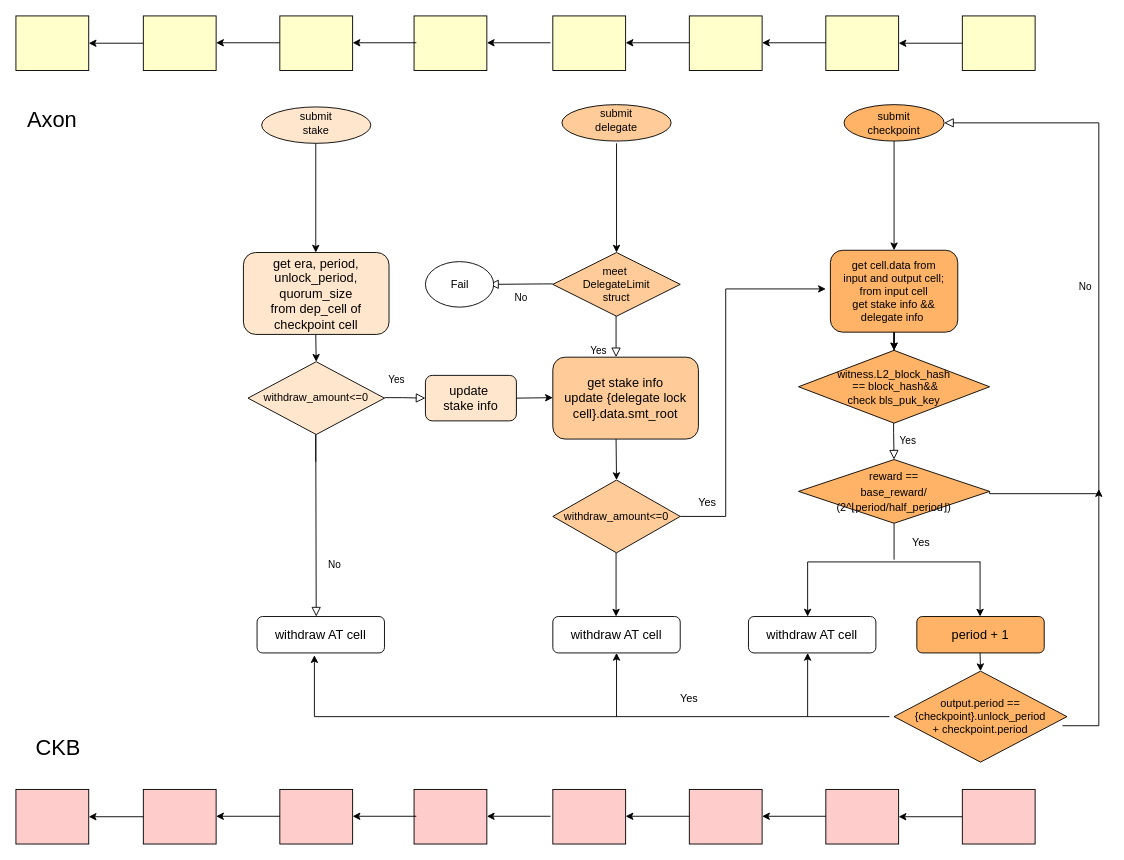
Before: 侧链协议流程图.drawio in hongda3141/learngit, a draw.io diagram. Source tidied: cells renumbered, new cells numbered last; positions are measured from the earlier drawing's top-left corner, leaving out a move shared by most shapes. Both pictures are drawn from the tidied source at 91%, with x=0, y=0 at pixel (15, 15).
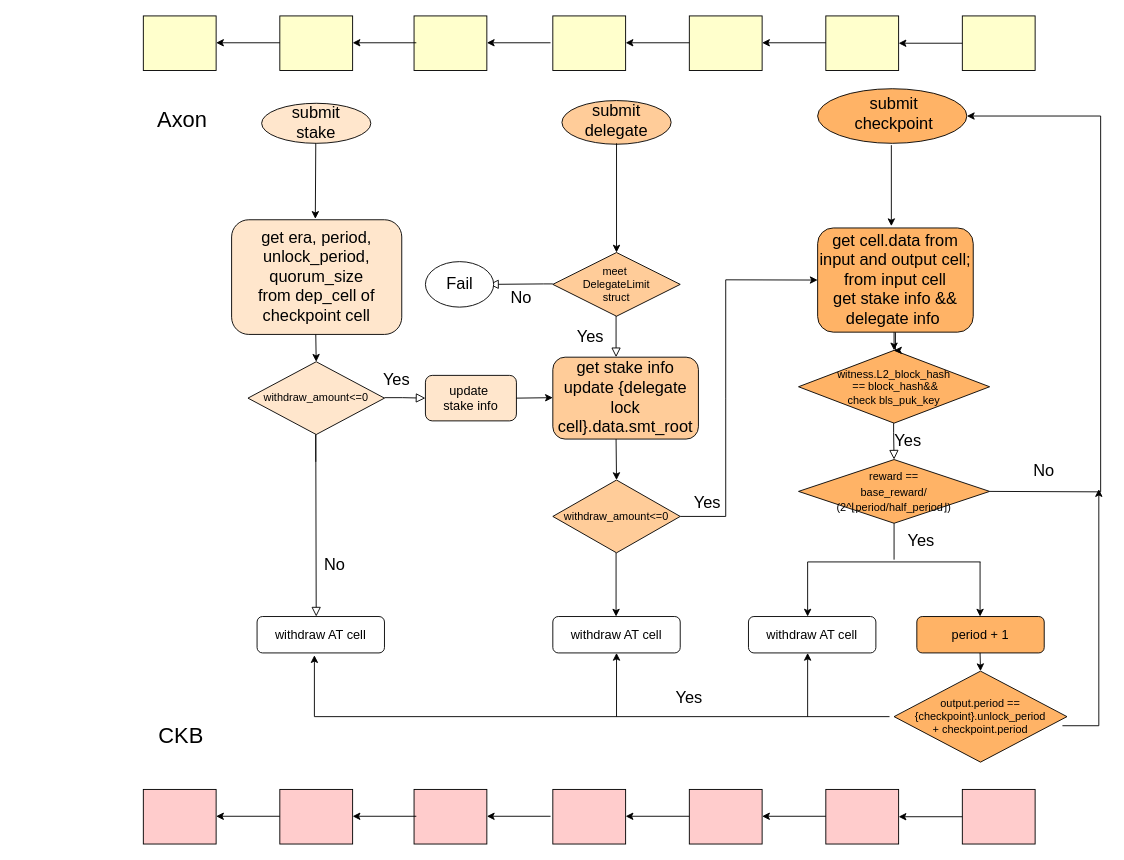
After the change.

Commit message (it also covers changes not shown here):
更新侧链协议流程图.drawio

The change refers to these unchanged cells:
```xml
<mxCell id="6" style="rhombus;whiteSpace=wrap;html=1;fontSize=14;fillColor=#FFB366;" parent="1" vertex="1">
  <mxGeometry x="860" y="487.5" width="210" height="70" as="geometry" />
</mxCell>
<mxCell id="28" value="meet&amp;nbsp;&lt;br&gt;DelegateLimit&lt;br&gt;struct" style="rhombus;whiteSpace=wrap;html=1;rounded=0;fontFamily=Helvetica;fontSize=12;fontColor=default;fillColor=#FFCC99;gradientColor=none;" parent="1" vertex="1">
  <mxGeometry x="590" y="260" width="140" height="70" as="geometry" />
</mxCell>
<mxCell id="36" value="withdraw_amount&amp;lt;=0" style="rhombus;whiteSpace=wrap;html=1;rounded=0;fontFamily=Helvetica;fontSize=12;fontColor=default;fillColor=#FFCC99;gradientColor=none;" parent="1" vertex="1">
  <mxGeometry x="590" y="510" width="140" height="80" as="geometry" />
</mxCell>
```

The edit, as a diff of the source:
```diff
@@
     <mxCell id="2" style="ellipse;whiteSpace=wrap;html=1;fillColor=#FFB366;" parent="1" vertex="1">
-      <mxGeometry x="910" y="97.5" width="110" height="40" as="geometry" />
+      <mxGeometry x="881" y="80" width="164" height="60" as="geometry" />
     </mxCell>
-    <mxCell id="3" value="submit&lt;br&gt;checkpoint" style="text;strokeColor=none;align=center;fillColor=none;html=1;verticalAlign=middle;whiteSpace=wrap;rounded=0;" parent="1" vertex="1">
-      <mxGeometry x="910" y="97.5" width="110" height="40" as="geometry" />
+    <mxCell id="3" value="&lt;font style=&quot;font-size: 18px;&quot;&gt;submit&lt;br&gt;checkpoint&lt;/font&gt;" style="text;strokeColor=none;align=center;fillColor=none;html=1;verticalAlign=middle;whiteSpace=wrap;rounded=0;" parent="1" vertex="1">
+      <mxGeometry x="910" y="80" width="110" height="56" as="geometry" />
     </mxCell>
@@
-    <mxCell id="8" value="Yes" style="edgeStyle=orthogonalEdgeStyle;rounded=0;html=1;jettySize=auto;orthogonalLoop=1;fontSize=11;endArrow=block;endFill=0;endSize=8;strokeWidth=1;shadow=0;labelBackgroundColor=none;" parent="1" edge="1">
+    <mxCell id="8" value="&lt;font style=&quot;font-size: 18px;&quot;&gt;Yes&lt;/font&gt;" style="edgeStyle=orthogonalEdgeStyle;rounded=0;html=1;jettySize=auto;orthogonalLoop=1;fontSize=11;endArrow=block;endFill=0;endSize=8;strokeWidth=1;shadow=0;labelBackgroundColor=none;" parent="1" edge="1">
       <mxGeometry x="0.01" y="15" relative="1" as="geometry">
         <mxPoint x="964.5" y="447.5" as="sourcePoint" />
         <mxPoint x="965" y="487.5" as="targetPoint" />
         <Array as="points">
           <mxPoint x="965" y="457.5" />
           <mxPoint x="965" y="457.5" />
         </Array>
       </mxGeometry>
     </mxCell>
-    <mxCell id="9" value="No" style="rounded=0;html=1;jettySize=auto;fontSize=11;endArrow=block;endFill=0;endSize=8;strokeWidth=1;shadow=0;labelBackgroundColor=none;edgeStyle=orthogonalEdgeStyle;entryX=1;entryY=0.5;entryDx=0;entryDy=0;exitX=1;exitY=0.5;exitDx=0;exitDy=0;" parent="1" edge="1" source="6" target="3">
-      <mxGeometry y="15" relative="1" as="geometry">
-        <Array as="points">
-          <mxPoint x="1070" y="525" />
-          <mxPoint x="1190" y="525" />
-          <mxPoint x="1190" y="118" />
-        </Array>
-      </mxGeometry>
-    </mxCell>
     <mxCell id="10" style="ellipse;whiteSpace=wrap;html=1;rounded=0;fontFamily=Helvetica;fontSize=12;fontColor=default;fillColor=#FFE6CC;gradientColor=none;" parent="1" vertex="1">
-      <mxGeometry x="270" y="100" width="120" height="40" as="geometry" />
+      <mxGeometry x="270" y="96" width="120" height="44" as="geometry" />
     </mxCell>
-    <mxCell id="11" value="submit&lt;br&gt;stake" style="text;strokeColor=none;align=center;fillColor=none;html=1;verticalAlign=middle;whiteSpace=wrap;rounded=0;fontSize=12;fontFamily=Helvetica;fontColor=default;" parent="1" vertex="1">
+    <mxCell id="11" value="&lt;font style=&quot;font-size: 18px;&quot;&gt;submit&lt;br&gt;stake&lt;/font&gt;" style="text;strokeColor=none;align=center;fillColor=none;html=1;verticalAlign=middle;whiteSpace=wrap;rounded=0;fontSize=12;fontFamily=Helvetica;fontColor=default;" parent="1" vertex="1">
       <mxGeometry x="300" y="100" width="60" height="35" as="geometry" />
     </mxCell>
@@
-    <mxCell id="13" value="&lt;font style=&quot;&quot;&gt;&lt;font style=&quot;font-size: 12px;&quot;&gt;get cell.data from&lt;br&gt;input and output cell;&lt;br&gt;&lt;/font&gt;from input cell&lt;br&gt;get stake info &amp;amp;&amp;amp;&lt;br&gt;delegate info&amp;nbsp;&lt;br&gt;&lt;/font&gt;" style="rounded=1;whiteSpace=wrap;html=1;fontSize=12;glass=0;strokeWidth=1;shadow=0;fillColor=#FFB366;" parent="1" vertex="1">
-      <mxGeometry x="895" y="257.5" width="140" height="90" as="geometry" />
+    <mxCell id="13" value="&lt;font style=&quot;&quot;&gt;&lt;font style=&quot;font-size: 18px;&quot;&gt;&lt;font style=&quot;&quot;&gt;get cell.data from&lt;br&gt;input and output cell;&lt;br&gt;&lt;/font&gt;from input cell&lt;br&gt;get stake info &amp;amp;&amp;amp;&lt;br&gt;delegate info&amp;nbsp;&lt;/font&gt;&lt;br&gt;&lt;/font&gt;" style="rounded=1;whiteSpace=wrap;html=1;fontSize=12;glass=0;strokeWidth=1;shadow=0;fillColor=#FFB366;" parent="1" vertex="1">
+      <mxGeometry x="881" y="233" width="171" height="114.5" as="geometry" />
     </mxCell>
-    <mxCell id="14" style="endArrow=classic;html=1;rounded=0;fontSize=12;exitX=0.5;exitY=1;exitDx=0;exitDy=0;" parent="1" edge="1" source="3">
+    <mxCell id="14" style="endArrow=classic;html=1;rounded=0;fontSize=12;" parent="1" edge="1">
       <mxGeometry relative="1" as="geometry">
-        <mxPoint x="965" y="257.5" as="targetPoint" />
+        <mxPoint x="962" y="142" as="sourcePoint" />
+        <mxPoint x="962" y="231" as="targetPoint" />
       </mxGeometry>
     </mxCell>
@@
     <mxCell id="16" style="ellipse;whiteSpace=wrap;html=1;rounded=0;fontFamily=Helvetica;fontSize=12;fontColor=default;fillColor=#FFCC99;gradientColor=none;" parent="1" vertex="1">
-      <mxGeometry x="600" y="97.5" width="120" height="40" as="geometry" />
+      <mxGeometry x="600" y="93" width="120" height="48" as="geometry" />
     </mxCell>
-    <mxCell id="17" value="submit&lt;br&gt;delegate" style="text;strokeColor=none;align=center;fillColor=none;html=1;verticalAlign=middle;whiteSpace=wrap;rounded=0;fontSize=12;fontFamily=Helvetica;fontColor=default;" parent="1" vertex="1">
+    <mxCell id="17" value="&lt;font style=&quot;font-size: 18px;&quot;&gt;submit&lt;br&gt;delegate&lt;/font&gt;" style="text;strokeColor=none;align=center;fillColor=none;html=1;verticalAlign=middle;whiteSpace=wrap;rounded=0;fontSize=12;fontFamily=Helvetica;fontColor=default;" parent="1" vertex="1">
       <mxGeometry x="630" y="97.5" width="60" height="35" as="geometry" />
     </mxCell>
-    <mxCell id="18" value="&lt;font style=&quot;font-size: 14px;&quot;&gt;get&amp;nbsp;era, period, unlock_period,&lt;br&gt;quorum_size&lt;br&gt;from dep_cell of&lt;br&gt;checkpoint cell&lt;br&gt;&lt;/font&gt;" style="rounded=1;whiteSpace=wrap;html=1;fontSize=12;glass=0;strokeWidth=1;shadow=0;fillColor=#FFE6CC;" parent="1" vertex="1">
-      <mxGeometry x="250" y="260" width="160" height="90" as="geometry" />
+    <mxCell id="18" value="&lt;font style=&quot;&quot;&gt;&lt;font style=&quot;font-size: 18px;&quot;&gt;get&amp;nbsp;era, period, unlock_period,&lt;br&gt;quorum_size&lt;br&gt;from dep_cell of&lt;br&gt;checkpoint cell&lt;/font&gt;&lt;br&gt;&lt;/font&gt;" style="rounded=1;whiteSpace=wrap;html=1;fontSize=12;glass=0;strokeWidth=1;shadow=0;fillColor=#FFE6CC;" parent="1" vertex="1">
+      <mxGeometry x="237" y="224" width="187" height="126" as="geometry" />
     </mxCell>
@@
-    <mxCell id="21" value="No" style="rounded=0;html=1;jettySize=auto;orthogonalLoop=1;fontSize=11;endArrow=block;endFill=0;endSize=8;strokeWidth=1;shadow=0;labelBackgroundColor=none;edgeStyle=orthogonalEdgeStyle;" parent="1" edge="1">
+    <mxCell id="21" value="&lt;font style=&quot;font-size: 18px;&quot;&gt;No&lt;/font&gt;" style="rounded=0;html=1;jettySize=auto;orthogonalLoop=1;fontSize=11;endArrow=block;endFill=0;endSize=8;strokeWidth=1;shadow=0;labelBackgroundColor=none;edgeStyle=orthogonalEdgeStyle;" parent="1" edge="1">
       <mxGeometry x="0.5" y="20" relative="1" as="geometry">
         <mxPoint x="329.5" y="490" as="sourcePoint" />
         <mxPoint x="330" y="660" as="targetPoint" />
         <Array as="points">
           <mxPoint x="330" y="460" />
         </Array>
       </mxGeometry>
     </mxCell>
@@
-    <mxCell id="23" value="&lt;font style=&quot;font-size: 14px;&quot;&gt;get stake info&lt;br&gt;update {delegate lock cell}.data.smt_root&lt;br&gt;&lt;/font&gt;" style="rounded=1;whiteSpace=wrap;html=1;fontSize=12;glass=0;strokeWidth=1;shadow=0;fillColor=#FFCC99;" parent="1" vertex="1">
+    <mxCell id="23" value="&lt;font style=&quot;&quot;&gt;&lt;font style=&quot;font-size: 18px;&quot;&gt;get stake info&lt;br&gt;update {delegate lock cell}.data.smt_root&lt;/font&gt;&lt;br&gt;&lt;/font&gt;" style="rounded=1;whiteSpace=wrap;html=1;fontSize=12;glass=0;strokeWidth=1;shadow=0;fillColor=#FFCC99;" parent="1" vertex="1">
       <mxGeometry x="590" y="375" width="160" height="90" as="geometry" />
     </mxCell>
-    <mxCell id="24" value="Yes" style="edgeStyle=orthogonalEdgeStyle;rounded=0;html=1;jettySize=auto;orthogonalLoop=1;fontSize=11;endArrow=block;endFill=0;endSize=8;strokeWidth=1;shadow=0;labelBackgroundColor=none;" parent="1" edge="1">
+    <mxCell id="24" value="&lt;font style=&quot;font-size: 18px;&quot;&gt;Yes&lt;/font&gt;" style="edgeStyle=orthogonalEdgeStyle;rounded=0;html=1;jettySize=auto;orthogonalLoop=1;fontSize=11;endArrow=block;endFill=0;endSize=8;strokeWidth=1;shadow=0;labelBackgroundColor=none;" parent="1" edge="1">
       <mxGeometry x="-0.43" y="20" relative="1" as="geometry">
         <mxPoint x="405" y="419.5" as="sourcePoint" />
         <mxPoint x="450" y="420" as="targetPoint" />
         <Array as="points">
           <mxPoint x="425" y="419.5" />
           <mxPoint x="425" y="419.5" />
         </Array>
       </mxGeometry>
     </mxCell>
@@
-    <mxCell id="27" style="endArrow=classic;html=1;rounded=0;fontSize=12;exitX=1;exitY=0.5;exitDx=0;exitDy=0;" parent="1" edge="1" source="36">
+    <mxCell id="27" style="endArrow=classic;html=1;rounded=0;fontSize=12;exitX=1;exitY=0.5;exitDx=0;exitDy=0;entryX=0;entryY=0.5;entryDx=0;entryDy=0;" parent="1" edge="1" source="36" target="13">
       <mxGeometry relative="1" as="geometry">
-        <mxPoint x="890" y="300" as="targetPoint" />
         <Array as="points">
           <mxPoint x="780" y="550" />
           <mxPoint x="780" y="420" />
-          <mxPoint x="780" y="300" />
+          <mxPoint x="780" y="290" />
         </Array>
       </mxGeometry>
     </mxCell>
@@
-    <mxCell id="30" style="endArrow=classic;html=1;rounded=0;fontFamily=Helvetica;fontSize=12;fontColor=default;entryX=0.5;entryY=0;entryDx=0;entryDy=0;" parent="1" edge="1">
+    <mxCell id="30" style="endArrow=classic;html=1;rounded=0;fontFamily=Helvetica;fontSize=12;fontColor=default;" parent="1" edge="1">
       <mxGeometry relative="1" as="geometry">
         <mxPoint x="329.5" y="140" as="sourcePoint" />
-        <mxPoint x="329.5" y="260" as="targetPoint" />
+        <mxPoint x="329" y="223" as="targetPoint" />
       </mxGeometry>
     </mxCell>
-    <mxCell id="31" value="No" style="rounded=0;html=1;jettySize=auto;orthogonalLoop=1;fontSize=11;endArrow=block;endFill=0;endSize=8;strokeWidth=1;shadow=0;labelBackgroundColor=none;edgeStyle=orthogonalEdgeStyle;" parent="1" edge="1">
+    <mxCell id="31" value="&lt;font style=&quot;font-size: 18px;&quot;&gt;No&lt;/font&gt;" style="rounded=0;html=1;jettySize=auto;orthogonalLoop=1;fontSize=11;endArrow=block;endFill=0;endSize=8;strokeWidth=1;shadow=0;labelBackgroundColor=none;edgeStyle=orthogonalEdgeStyle;" parent="1" edge="1">
       <mxGeometry y="15" relative="1" as="geometry">
         <mxPoint x="590" y="294.5" as="sourcePoint" />
         <mxPoint x="520" y="295" as="targetPoint" />
         <Array as="points">
           <mxPoint x="580" y="294.5" />
           <mxPoint x="580" y="294.5" />
         </Array>
       </mxGeometry>
     </mxCell>
@@
-    <mxCell id="33" value="Fail" style="text;strokeColor=none;align=center;fillColor=none;html=1;verticalAlign=middle;whiteSpace=wrap;rounded=0;fontSize=12;fontFamily=Helvetica;fontColor=default;" parent="1" vertex="1">
+    <mxCell id="33" value="&lt;font style=&quot;font-size: 18px;&quot;&gt;Fail&lt;/font&gt;" style="text;strokeColor=none;align=center;fillColor=none;html=1;verticalAlign=middle;whiteSpace=wrap;rounded=0;fontSize=12;fontFamily=Helvetica;fontColor=default;" parent="1" vertex="1">
       <mxGeometry x="457.5" y="280" width="60" height="30" as="geometry" />
     </mxCell>
-    <mxCell id="34" value="Yes" style="edgeStyle=orthogonalEdgeStyle;rounded=0;html=1;jettySize=auto;fontSize=11;endArrow=block;endFill=0;endSize=8;strokeWidth=1;shadow=0;labelBackgroundColor=none;" parent="1" edge="1" source="28">
-      <mxGeometry x="0.68" y="-20" relative="1" as="geometry">
+    <mxCell id="34" value="&lt;font style=&quot;font-size: 18px;&quot;&gt;Yes&lt;/font&gt;" style="edgeStyle=orthogonalEdgeStyle;rounded=0;html=1;jettySize=auto;fontSize=11;endArrow=block;endFill=0;endSize=8;strokeWidth=1;shadow=0;labelBackgroundColor=none;" parent="1" edge="1" source="28">
+      <mxGeometry x="0.02" y="-29" relative="1" as="geometry">
         <mxPoint x="659.5" y="375" as="targetPoint" />
       </mxGeometry>
     </mxCell>
@@
-    <mxCell id="37" value="Yes" style="text;strokeColor=none;align=center;fillColor=none;html=1;verticalAlign=middle;whiteSpace=wrap;rounded=0;fontSize=12;fontFamily=Helvetica;fontColor=default;" parent="1" vertex="1">
+    <mxCell id="37" value="&lt;font style=&quot;font-size: 18px;&quot;&gt;Yes&lt;/font&gt;" style="text;strokeColor=none;align=center;fillColor=none;html=1;verticalAlign=middle;whiteSpace=wrap;rounded=0;fontSize=12;fontFamily=Helvetica;fontColor=default;" parent="1" vertex="1">
       <mxGeometry x="730" y="520" width="60" height="30" as="geometry" />
     </mxCell>
@@
-    <mxCell id="42" value="Yes" style="text;strokeColor=none;align=center;fillColor=none;html=1;verticalAlign=middle;whiteSpace=wrap;rounded=0;fontSize=12;fontFamily=Helvetica;fontColor=default;" parent="1" vertex="1">
+    <mxCell id="42" value="&lt;font style=&quot;font-size: 18px;&quot;&gt;Yes&lt;/font&gt;" style="text;strokeColor=none;align=center;fillColor=none;html=1;verticalAlign=middle;whiteSpace=wrap;rounded=0;fontSize=12;fontFamily=Helvetica;fontColor=default;" parent="1" vertex="1">
       <mxGeometry x="710" y="735" width="60" height="30" as="geometry" />
     </mxCell>
-    <mxCell id="43" style="rounded=0;whiteSpace=wrap;html=1;fontFamily=Helvetica;fontSize=12;fontColor=default;fillColor=#FFFFCC;gradientColor=none;" parent="1" vertex="1">
-      <mxGeometry width="80" height="60" as="geometry" />
-    </mxCell>
@@
-    <mxCell id="51" style="endArrow=classic;html=1;rounded=0;fontFamily=Helvetica;fontSize=12;fontColor=default;" parent="1" edge="1">
-      <mxGeometry relative="1" as="geometry">
-        <mxPoint x="140" y="30" as="sourcePoint" />
-        <mxPoint x="80" y="30" as="targetPoint" />
-      </mxGeometry>
-    </mxCell>
@@
     <mxCell id="58" value="&lt;font style=&quot;font-size: 24px;&quot;&gt;Axon&lt;/font&gt;" style="text;strokeColor=none;align=center;fillColor=none;html=1;verticalAlign=middle;whiteSpace=wrap;rounded=0;fontSize=12;fontFamily=Helvetica;fontColor=default;" parent="1" vertex="1">
-      <mxGeometry x="10" y="100" width="60" height="30" as="geometry" />
+      <mxGeometry x="153" y="100" width="60" height="30" as="geometry" />
     </mxCell>
-    <mxCell id="59" style="rounded=0;whiteSpace=wrap;html=1;fontFamily=Helvetica;fontSize=12;fontColor=default;fillColor=#FFCCCC;gradientColor=none;" parent="1" vertex="1">
-      <mxGeometry y="850" width="80" height="60" as="geometry" />
-    </mxCell>
@@
-    <mxCell id="67" style="endArrow=classic;html=1;rounded=0;fontFamily=Helvetica;fontSize=12;fontColor=default;" parent="1" edge="1">
-      <mxGeometry relative="1" as="geometry">
-        <mxPoint x="140" y="880" as="sourcePoint" />
-        <mxPoint x="80" y="880" as="targetPoint" />
-      </mxGeometry>
-    </mxCell>
@@
     <mxCell id="74" value="CKB&amp;nbsp;" style="text;strokeColor=none;align=center;fillColor=none;html=1;verticalAlign=middle;whiteSpace=wrap;rounded=0;fontSize=24;fontFamily=Helvetica;fontColor=default;" parent="1" vertex="1">
-      <mxGeometry x="20" y="790" width="60" height="30" as="geometry" />
+      <mxGeometry x="155" y="777" width="60" height="30" as="geometry" />
     </mxCell>
@@
-    <mxCell id="86" value="&lt;font style=&quot;font-size: 12px;&quot;&gt;Yes&lt;/font&gt;" style="text;strokeColor=none;align=center;fillColor=none;html=1;verticalAlign=middle;whiteSpace=wrap;rounded=0;fontSize=24;fontFamily=Helvetica;fontColor=default;" parent="1" vertex="1">
+    <mxCell id="86" value="&lt;font style=&quot;font-size: 18px;&quot;&gt;Yes&lt;/font&gt;" style="text;strokeColor=none;align=center;fillColor=none;html=1;verticalAlign=middle;whiteSpace=wrap;rounded=0;fontSize=24;fontFamily=Helvetica;fontColor=default;" parent="1" vertex="1">
       <mxGeometry x="965" y="560" width="60" height="30" as="geometry" />
     </mxCell>
+    <mxCell id="87" style="endArrow=classic;html=1;rounded=0;fontFamily=Helvetica;fontSize=18;fontColor=default;exitX=1;exitY=0.5;exitDx=0;exitDy=0;entryX=1;entryY=0.5;entryDx=0;entryDy=0;" parent="1" edge="1" source="6" target="2">
+      <mxGeometry relative="1" as="geometry">
+        <Array as="points">
+          <mxPoint x="1192" y="523" />
+          <mxPoint x="1192" y="110" />
+        </Array>
+      </mxGeometry>
+    </mxCell>
+    <mxCell id="9" value="No" style="text;strokeColor=none;align=center;fillColor=none;html=1;verticalAlign=middle;whiteSpace=wrap;rounded=0;fontSize=18;fontFamily=Helvetica;fontColor=default;" parent="1" vertex="1">
+      <mxGeometry x="1100" y="485" width="60" height="30" as="geometry" />
+    </mxCell>
```
